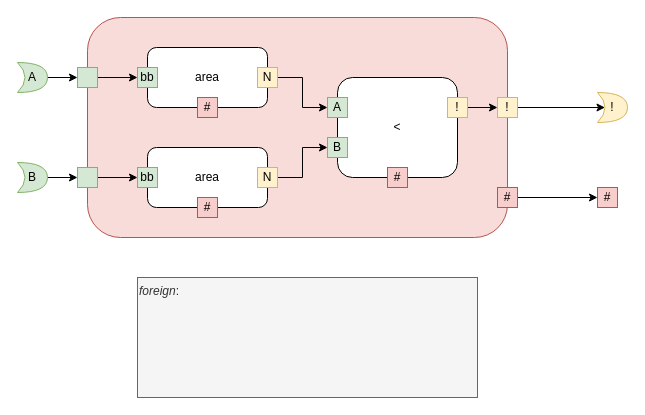
Above: page "A smaller than B" (10 of 29) of intersection.drawio in guitarvydas/dasl (draw.io), before the change. Source tidied: cells renumbered, new cells numbered last; positions are measured from the earlier drawing's top-left corner, leaving out a move shared by most shapes. Both pictures are drawn from the tidied source at 100%, with x=0, y=0 at pixel (17, 17).
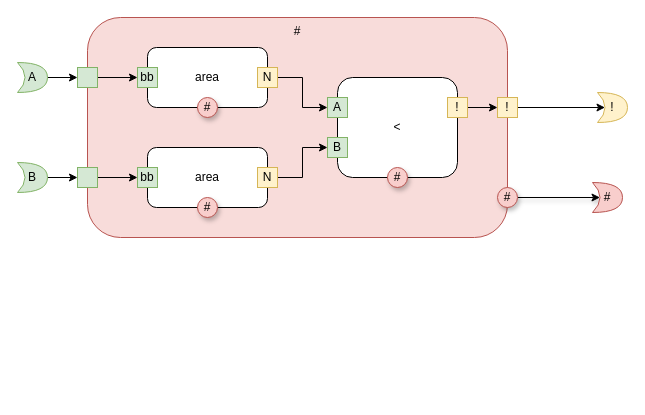
Above is the later version.

Diff of the diagram source:
```diff
@@
-    <mxCell id="2" style="rounded=1;whiteSpace=wrap;html=1;fillColor=#F8DCDA;strokeColor=#b85450;" parent="1" vertex="1">
+    <mxCell id="2" value="#" style="rounded=1;whiteSpace=wrap;html=1;fillColor=#F8DCDA;strokeColor=#b85450;verticalAlign=top;" parent="1" vertex="1">
       <mxGeometry x="70" width="420" height="220" as="geometry" />
     </mxCell>
@@
-    <mxCell id="5" value="#" style="rounded=0;whiteSpace=wrap;html=1;fillColor=#f8cecc;strokeColor=#b85450;" parent="1" vertex="1">
-      <mxGeometry x="370" y="150" width="20" height="20" as="geometry" />
-    </mxCell>
@@
-    <mxCell id="16" value="#" style="rounded=0;whiteSpace=wrap;html=1;fillColor=#f8cecc;strokeColor=#b85450;" parent="1" vertex="1">
-      <mxGeometry x="180" y="80" width="20" height="20" as="geometry" />
-    </mxCell>
@@
-    <mxCell id="23" value="#" style="rounded=0;whiteSpace=wrap;html=1;fillColor=#f8cecc;strokeColor=#b85450;" parent="1" vertex="1">
-      <mxGeometry x="180" y="180" width="20" height="20" as="geometry" />
-    </mxCell>
@@
-    <mxCell id="25" style="edgeStyle=orthogonalEdgeStyle;rounded=0;jettySize=auto;html=1;exitX=1;exitY=0.5;exitDx=0;exitDy=0;entryX=0;entryY=0.5;entryDx=0;entryDy=0;strokeColor=#000000;strokeWidth=1;" parent="1" edge="1" source="26" target="28">
-      <mxGeometry relative="1" as="geometry" />
-    </mxCell>
-    <mxCell id="26" value="#" style="rounded=0;whiteSpace=wrap;html=1;fillColor=#f8cecc;strokeColor=#b85450;" parent="1" vertex="1">
-      <mxGeometry x="480" y="170" width="20" height="20" as="geometry" />
-    </mxCell>
-    <mxCell id="27" value="&lt;i&gt;foreign&lt;/i&gt;:&lt;br&gt;&lt;br&gt;" style="rounded=0;whiteSpace=wrap;html=1;fillColor=#f5f5f5;strokeColor=#666666;fontColor=#333333;align=left;verticalAlign=top;" parent="1" vertex="1">
-      <mxGeometry x="120" y="260" width="340" height="120" as="geometry" />
-    </mxCell>
-    <mxCell id="28" value="#" style="rounded=0;whiteSpace=wrap;html=1;fillColor=#f8cecc;strokeColor=#b85450;" parent="1" vertex="1">
-      <mxGeometry x="580" y="170" width="20" height="20" as="geometry" />
-    </mxCell>
@@
+    <mxCell id="34" value="#" style="ellipse;whiteSpace=wrap;html=1;shadow=1;fillColor=#f8cecc;strokeColor=#b85450;" parent="1" vertex="1">
+      <mxGeometry x="180" y="80" width="20" height="20" as="geometry" />
+    </mxCell>
+    <mxCell id="35" value="#" style="ellipse;whiteSpace=wrap;html=1;shadow=1;fillColor=#f8cecc;strokeColor=#b85450;" parent="1" vertex="1">
+      <mxGeometry x="370" y="150" width="20" height="20" as="geometry" />
+    </mxCell>
+    <mxCell id="36" value="#" style="ellipse;whiteSpace=wrap;html=1;shadow=1;fillColor=#f8cecc;strokeColor=#b85450;" parent="1" vertex="1">
+      <mxGeometry x="180" y="180" width="20" height="20" as="geometry" />
+    </mxCell>
+    <mxCell id="37" style="edgeStyle=orthogonalEdgeStyle;rounded=0;jettySize=auto;html=1;exitX=1;exitY=0.5;exitDx=0;exitDy=0;entryX=0.25;entryY=0.5;entryDx=0;entryDy=0;entryPerimeter=0;shadow=1;" parent="1" edge="1" source="38" target="39">
+      <mxGeometry relative="1" as="geometry" />
+    </mxCell>
+    <mxCell id="38" value="#" style="ellipse;whiteSpace=wrap;html=1;shadow=1;fillColor=#f8cecc;strokeColor=#b85450;" parent="1" vertex="1">
+      <mxGeometry x="480" y="170" width="20" height="20" as="geometry" />
+    </mxCell>
+    <mxCell id="39" value="#" style="shape=xor;whiteSpace=wrap;html=1;fillColor=#f8cecc;strokeColor=#b85450;" parent="1" vertex="1">
+      <mxGeometry x="575" y="165" width="30" height="30" as="geometry" />
+    </mxCell>
```
